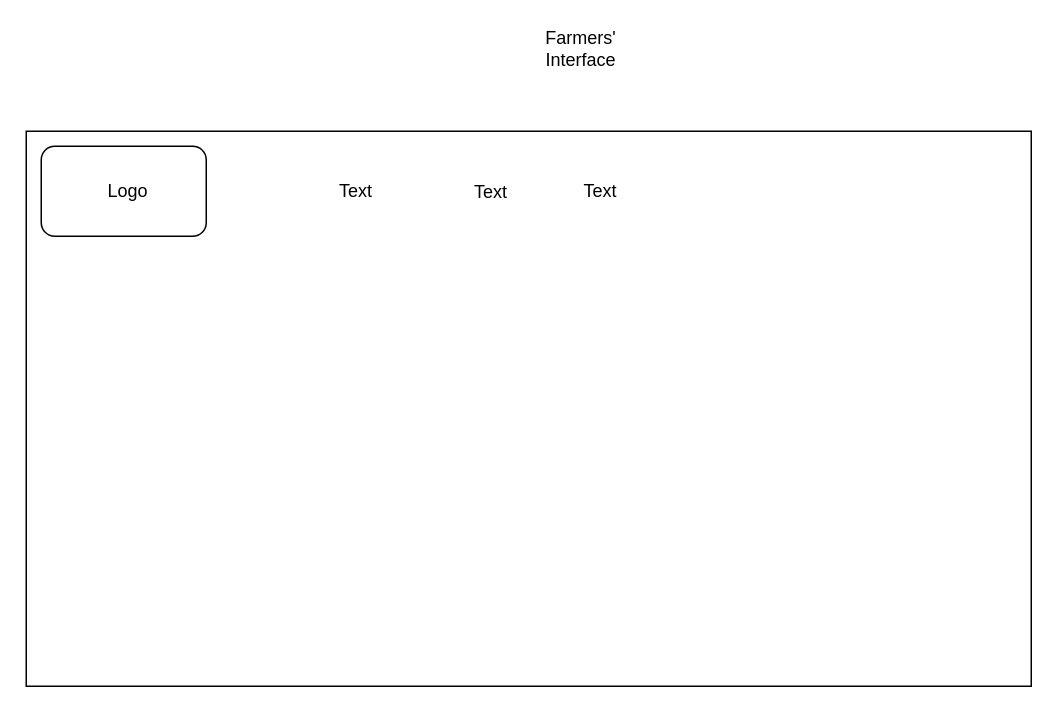
Knowledge832/Final-Year-Project-2023 keeps this draw.io diagram as Final Year Project.drawio. Above is the earlier version. Source tidied: cells renumbered, new cells numbered last; positions are measured from the earlier drawing's top-left corner, leaving out a move shared by most shapes. Both pictures are drawn from the tidied source at 150%, with x=0, y=0 at pixel (26, 26).
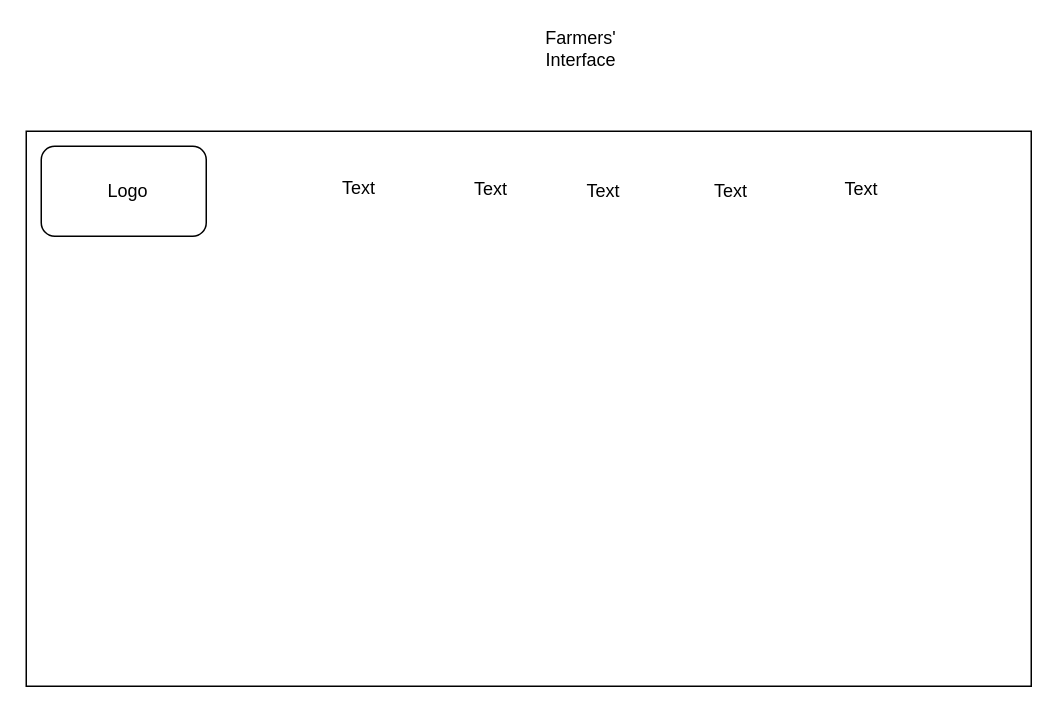
The same diagram, later.

Change to the diagram source:
```diff
@@
 <mxGraphModel>
   <root>
     <mxCell id="0" />
     <mxCell id="1" parent="0" />
     <mxCell id="2" style="rounded=0;whiteSpace=wrap;html=1;" parent="1" vertex="1">
       <mxGeometry y="70" width="670" height="370" as="geometry" />
     </mxCell>
     <mxCell id="3" value="Farmers' Interface" style="text;html=1;strokeColor=none;fillColor=none;align=center;verticalAlign=middle;whiteSpace=wrap;rounded=0;" parent="1" vertex="1">
       <mxGeometry x="340" width="60" height="30" as="geometry" />
     </mxCell>
     <mxCell id="4" style="rounded=1;whiteSpace=wrap;html=1;" parent="1" vertex="1">
       <mxGeometry x="10" y="80" width="110" height="60" as="geometry" />
     </mxCell>
     <mxCell id="5" value="Logo&lt;br&gt;" style="text;html=1;strokeColor=none;fillColor=none;align=center;verticalAlign=middle;whiteSpace=wrap;rounded=0;" parent="1" vertex="1">
       <mxGeometry x="38" y="95" width="60" height="30" as="geometry" />
     </mxCell>
     <mxCell id="6" value="Text" style="text;html=1;strokeColor=none;fillColor=none;align=center;verticalAlign=middle;whiteSpace=wrap;rounded=0;" parent="1" vertex="1">
-      <mxGeometry x="190" y="95" width="60" height="30" as="geometry" />
+      <mxGeometry x="192" y="93" width="60" height="30" as="geometry" />
     </mxCell>
     <mxCell id="7" value="Text" style="text;html=1;strokeColor=none;fillColor=none;align=center;verticalAlign=middle;whiteSpace=wrap;rounded=0;" parent="1" vertex="1">
-      <mxGeometry x="280" y="96" width="60" height="30" as="geometry" />
+      <mxGeometry x="280" y="94" width="60" height="30" as="geometry" />
     </mxCell>
     <mxCell id="8" value="Text" style="text;html=1;strokeColor=none;fillColor=none;align=center;verticalAlign=middle;whiteSpace=wrap;rounded=0;" parent="1" vertex="1">
-      <mxGeometry x="353" y="95" width="60" height="30" as="geometry" />
+      <mxGeometry x="355" y="95" width="60" height="30" as="geometry" />
     </mxCell>
+    <mxCell id="9" value="Text" style="text;html=1;strokeColor=none;fillColor=none;align=center;verticalAlign=middle;whiteSpace=wrap;rounded=0;" parent="1" vertex="1">
+      <mxGeometry x="440" y="95" width="60" height="30" as="geometry" />
+    </mxCell>
+    <mxCell id="10" value="Text" style="text;html=1;strokeColor=none;fillColor=none;align=center;verticalAlign=middle;whiteSpace=wrap;rounded=0;" parent="1" vertex="1">
+      <mxGeometry x="527" y="94" width="60" height="30" as="geometry" />
+    </mxCell>
   </root>
 </mxGraphModel>
```
